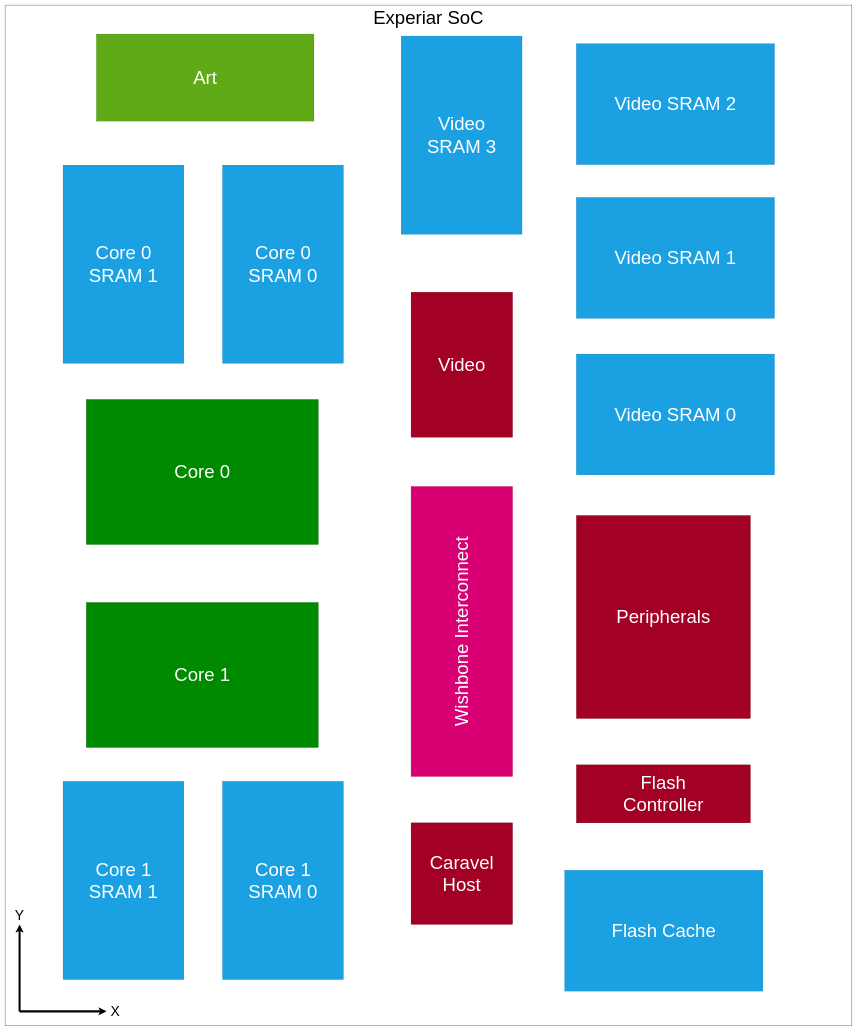
Above: page "Chip" (1 of 2) of docs/Design/Macros.drawio in Wevel/ExperiarSoC (draw.io), before the change. Source tidied: cells renumbered, new cells numbered last; positions are measured from the earlier drawing's top-left corner, leaving out a move shared by most shapes. Both pictures are drawn from the tidied source at 29%, with x=0, y=0 at pixel (5, 5).
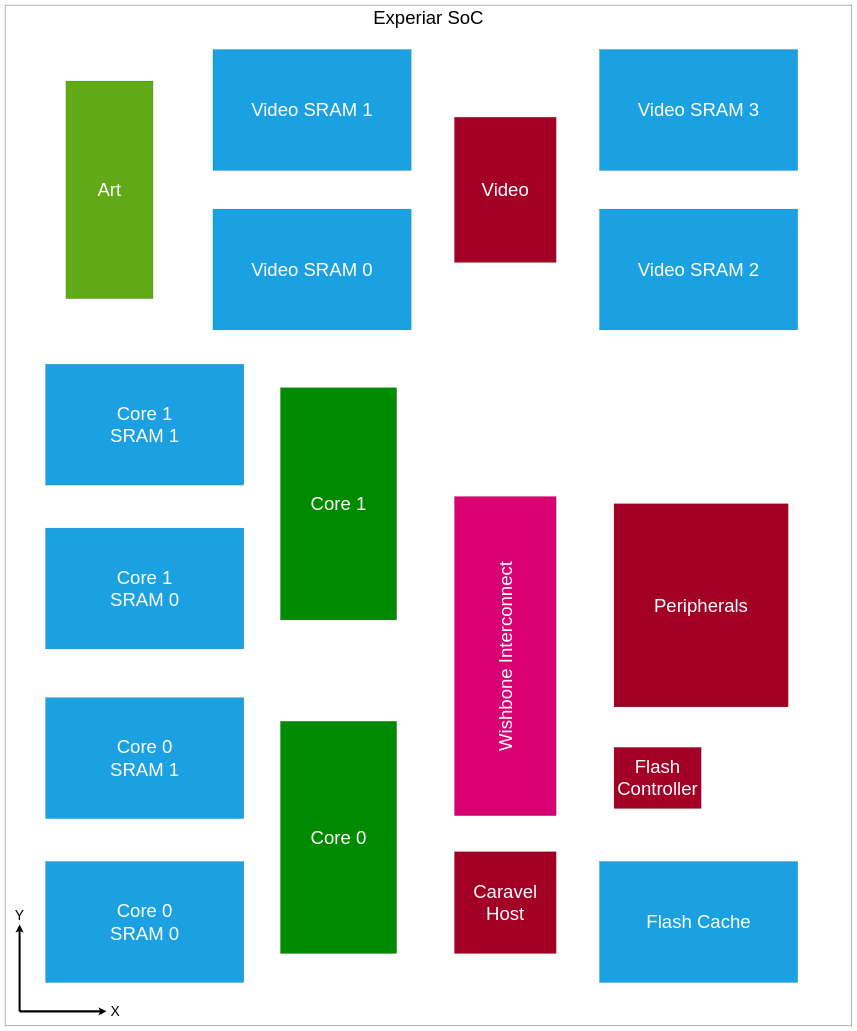
The same diagram, later.

The change refers to these unchanged cells:
```xml
<mxCell id="2" style="group;flipV=1;" parent="1" vertex="1">
  <mxGeometry width="2920" height="3520" as="geometry" />
</mxCell>
```

Diff of the diagram source:
```diff
@@
     <mxCell id="4" value="&lt;font style=&quot;font-size: 64px&quot;&gt;Wishbone Interconnect&lt;/font&gt;" style="rounded=0;whiteSpace=wrap;html=1;verticalAlign=middle;flipV=1;direction=east;shadow=0;sketch=0;fillColor=#d80073;glass=0;imageVerticalAlign=middle;noLabel=0;fontColor=#ffffff;strokeColor=#A50040;horizontal=0;" parent="2" vertex="1">
-      <mxGeometry x="1400" y="1660" width="350" height="1000" as="geometry" />
+      <mxGeometry x="1550" y="1695" width="350" height="1100" as="geometry" />
     </mxCell>
     <mxCell id="5" value="&lt;font style=&quot;font-size: 64px&quot;&gt;Peripherals&lt;/font&gt;" style="rounded=0;whiteSpace=wrap;html=1;verticalAlign=middle;flipV=1;direction=east;shadow=0;sketch=0;fillColor=#a20025;glass=0;imageVerticalAlign=middle;noLabel=0;fontColor=#ffffff;strokeColor=#6F0000;" parent="2" vertex="1">
-      <mxGeometry x="1970" y="1760" width="600" height="700" as="geometry" />
+      <mxGeometry x="2100" y="1720" width="600" height="700" as="geometry" />
     </mxCell>
-    <mxCell id="6" value="&lt;font style=&quot;font-size: 64px&quot;&gt;Core 0&lt;/font&gt;" style="rounded=0;whiteSpace=wrap;html=1;verticalAlign=middle;flipV=0;direction=east;shadow=0;sketch=0;fillColor=#008a00;glass=0;imageVerticalAlign=middle;noLabel=0;fontColor=#ffffff;strokeColor=#005700;" parent="2" vertex="1">
-      <mxGeometry x="280" y="1360" width="800" height="500" as="geometry" />
+    <mxCell id="6" value="&lt;font style=&quot;font-size: 64px&quot;&gt;Core 1&lt;/font&gt;" style="rounded=0;whiteSpace=wrap;html=1;verticalAlign=middle;flipV=0;direction=east;shadow=0;sketch=0;fillColor=#008a00;glass=0;imageVerticalAlign=middle;noLabel=0;fontColor=#ffffff;strokeColor=#005700;" parent="2" vertex="1">
+      <mxGeometry x="950" y="1320" width="400" height="800" as="geometry" />
     </mxCell>
-    <mxCell id="7" value="&lt;font style=&quot;font-size: 64px&quot;&gt;Core 1&lt;/font&gt;" style="rounded=0;whiteSpace=wrap;html=1;verticalAlign=middle;flipV=1;direction=east;shadow=0;sketch=0;fillColor=#008a00;glass=0;imageVerticalAlign=middle;noLabel=0;fontColor=#ffffff;strokeColor=#005700;" parent="2" vertex="1">
-      <mxGeometry x="280" y="2060" width="800" height="500" as="geometry" />
+    <mxCell id="7" value="&lt;font style=&quot;font-size: 64px&quot;&gt;Core 0&lt;/font&gt;" style="rounded=0;whiteSpace=wrap;html=1;verticalAlign=middle;flipV=1;direction=east;shadow=0;sketch=0;fillColor=#008a00;glass=0;imageVerticalAlign=middle;noLabel=0;fontColor=#ffffff;strokeColor=#005700;" parent="2" vertex="1">
+      <mxGeometry x="950" y="2470" width="400" height="800" as="geometry" />
     </mxCell>
-    <mxCell id="8" value="&lt;font style=&quot;font-size: 64px&quot;&gt;Core 1&lt;br&gt;SRAM 0&lt;/font&gt;" style="rounded=0;whiteSpace=wrap;html=1;verticalAlign=middle;flipV=1;direction=south;shadow=0;sketch=0;fillColor=#1ba1e2;glass=0;imageVerticalAlign=middle;noLabel=0;fontColor=#ffffff;strokeColor=#006EAF;" parent="2" vertex="1">
-      <mxGeometry x="750" y="2676.9" width="416.5" height="683.1" as="geometry" />
+    <mxCell id="8" value="&lt;font style=&quot;font-size: 64px&quot;&gt;Core 0&lt;br&gt;SRAM 1&lt;/font&gt;" style="rounded=0;whiteSpace=wrap;html=1;verticalAlign=middle;flipV=1;direction=west;shadow=0;sketch=0;fillColor=#1ba1e2;glass=0;imageVerticalAlign=middle;noLabel=0;fontColor=#ffffff;strokeColor=#006EAF;" parent="2" vertex="1">
+      <mxGeometry x="140" y="2388.5" width="683.1" height="416.5" as="geometry" />
     </mxCell>
-    <mxCell id="9" value="&lt;font style=&quot;font-size: 64px&quot;&gt;Core 0&lt;br&gt;SRAM 0&lt;/font&gt;" style="rounded=0;whiteSpace=wrap;html=1;verticalAlign=middle;flipV=1;direction=south;shadow=0;sketch=0;fillColor=#1ba1e2;glass=0;imageVerticalAlign=middle;noLabel=0;fontColor=#ffffff;strokeColor=#006EAF;" parent="2" vertex="1">
-      <mxGeometry x="750" y="551.9" width="416.5" height="683.1" as="geometry" />
+    <mxCell id="9" value="&lt;font style=&quot;font-size: 64px&quot;&gt;Core 1&lt;br&gt;SRAM 0&lt;/font&gt;" style="rounded=0;whiteSpace=wrap;html=1;verticalAlign=middle;flipV=1;direction=west;shadow=0;sketch=0;fillColor=#1ba1e2;glass=0;imageVerticalAlign=middle;noLabel=0;fontColor=#ffffff;strokeColor=#006EAF;" parent="2" vertex="1">
+      <mxGeometry x="140" y="1803.5" width="683.1" height="416.5" as="geometry" />
     </mxCell>
     <mxCell id="10" value="&lt;font style=&quot;font-size: 64px&quot;&gt;Caravel Host&lt;/font&gt;" style="rounded=0;whiteSpace=wrap;html=1;verticalAlign=middle;flipV=1;direction=east;shadow=0;sketch=0;fillColor=#a20025;glass=0;imageVerticalAlign=middle;noLabel=0;fontColor=#ffffff;strokeColor=#6F0000;" parent="2" vertex="1">
-      <mxGeometry x="1400" y="2820" width="350" height="350" as="geometry" />
+      <mxGeometry x="1550" y="2920" width="350" height="350" as="geometry" />
     </mxCell>
@@
-    <mxCell id="15" value="&lt;font style=&quot;font-size: 64px&quot;&gt;Art&lt;/font&gt;" style="rounded=0;whiteSpace=wrap;html=1;verticalAlign=middle;flipV=1;direction=east;shadow=0;sketch=0;fillColor=#60a917;glass=0;imageVerticalAlign=middle;noLabel=0;fontColor=#ffffff;strokeColor=#2D7600;" parent="2" vertex="1">
-      <mxGeometry x="315" y="100" width="750" height="300" as="geometry" />
-    </mxCell>
     <mxCell id="16" value="&lt;font style=&quot;font-size: 64px&quot;&gt;Video&lt;/font&gt;" style="rounded=0;whiteSpace=wrap;html=1;verticalAlign=middle;flipV=1;direction=east;shadow=0;sketch=0;fillColor=#a20025;glass=0;imageVerticalAlign=middle;noLabel=0;fontColor=#ffffff;strokeColor=#6F0000;" parent="2" vertex="1">
-      <mxGeometry x="1400" y="990" width="350" height="500" as="geometry" />
+      <mxGeometry x="1550" y="387" width="350" height="500" as="geometry" />
     </mxCell>
-    <mxCell id="17" value="&lt;font style=&quot;font-size: 64px&quot;&gt;Video SRAM 1&lt;/font&gt;" style="rounded=0;whiteSpace=wrap;html=1;verticalAlign=middle;flipV=1;direction=east;shadow=0;sketch=0;fillColor=#1ba1e2;glass=0;imageVerticalAlign=middle;noLabel=0;fontColor=#ffffff;strokeColor=#006EAF;" parent="2" vertex="1">
-      <mxGeometry x="1970" y="663.5" width="683.1" height="416.5" as="geometry" />
+    <mxCell id="17" value="&lt;font style=&quot;font-size: 64px&quot;&gt;Video SRAM 3&lt;/font&gt;" style="rounded=0;whiteSpace=wrap;html=1;verticalAlign=middle;flipV=1;direction=east;shadow=0;sketch=0;fillColor=#1ba1e2;glass=0;imageVerticalAlign=middle;noLabel=0;fontColor=#ffffff;strokeColor=#006EAF;" parent="2" vertex="1">
+      <mxGeometry x="2050" y="153.5" width="683.1" height="416.5" as="geometry" />
     </mxCell>
-    <mxCell id="18" value="&lt;font style=&quot;font-size: 64px&quot;&gt;Video SRAM 0&lt;/font&gt;" style="rounded=0;whiteSpace=wrap;html=1;verticalAlign=middle;flipV=1;direction=east;shadow=0;sketch=0;fillColor=#1ba1e2;glass=0;imageVerticalAlign=middle;noLabel=0;fontColor=#ffffff;strokeColor=#006EAF;" parent="2" vertex="1">
-      <mxGeometry x="1970" y="1203.5" width="683.1" height="416.5" as="geometry" />
+    <mxCell id="18" value="&lt;font style=&quot;font-size: 64px&quot;&gt;Video SRAM 2&lt;/font&gt;" style="rounded=0;whiteSpace=wrap;html=1;verticalAlign=middle;flipV=1;direction=east;shadow=0;sketch=0;fillColor=#1ba1e2;glass=0;imageVerticalAlign=middle;noLabel=0;fontColor=#ffffff;strokeColor=#006EAF;" parent="2" vertex="1">
+      <mxGeometry x="2050" y="703.5" width="683.1" height="416.5" as="geometry" />
     </mxCell>
     <mxCell id="19" value="&lt;font style=&quot;font-size: 64px&quot;&gt;Flash&lt;br&gt;Controller&lt;br&gt;&lt;/font&gt;" style="rounded=0;whiteSpace=wrap;html=1;verticalAlign=middle;flipV=1;direction=south;shadow=0;sketch=0;fillColor=#a20025;glass=0;imageVerticalAlign=middle;noLabel=0;fontColor=#ffffff;strokeColor=#6F0000;horizontal=1;" parent="2" vertex="1">
-      <mxGeometry x="1970" y="2620" width="600" height="200" as="geometry" />
+      <mxGeometry x="2100" y="2560" width="300" height="210" as="geometry" />
     </mxCell>
-    <mxCell id="20" value="&lt;font style=&quot;font-size: 64px&quot;&gt;Core 0&lt;br&gt;SRAM 1&lt;/font&gt;" style="rounded=0;whiteSpace=wrap;html=1;verticalAlign=middle;flipV=1;direction=south;shadow=0;sketch=0;fillColor=#1ba1e2;glass=0;imageVerticalAlign=middle;noLabel=0;fontColor=#ffffff;strokeColor=#006EAF;" parent="2" vertex="1">
-      <mxGeometry x="200" y="551.9" width="416.5" height="683.1" as="geometry" />
+    <mxCell id="20" value="&lt;font style=&quot;font-size: 64px&quot;&gt;Core 1&lt;br&gt;SRAM 1&lt;/font&gt;" style="rounded=0;whiteSpace=wrap;html=1;verticalAlign=middle;flipV=1;direction=west;shadow=0;sketch=0;fillColor=#1ba1e2;glass=0;imageVerticalAlign=middle;noLabel=0;fontColor=#ffffff;strokeColor=#006EAF;" parent="2" vertex="1">
+      <mxGeometry x="140" y="1238.5" width="683.1" height="416.5" as="geometry" />
     </mxCell>
-    <mxCell id="21" value="&lt;font style=&quot;font-size: 64px&quot;&gt;Core 1&lt;br&gt;SRAM 1&lt;/font&gt;" style="rounded=0;whiteSpace=wrap;html=1;verticalAlign=middle;flipV=1;direction=south;shadow=0;sketch=0;fillColor=#1ba1e2;glass=0;imageVerticalAlign=middle;noLabel=0;fontColor=#ffffff;strokeColor=#006EAF;" parent="2" vertex="1">
-      <mxGeometry x="200" y="2676.9" width="416.5" height="683.1" as="geometry" />
+    <mxCell id="21" value="&lt;font style=&quot;font-size: 64px&quot;&gt;Core 0&lt;br&gt;SRAM 0&lt;/font&gt;" style="rounded=0;whiteSpace=wrap;html=1;verticalAlign=middle;flipV=1;direction=west;shadow=0;sketch=0;fillColor=#1ba1e2;glass=0;imageVerticalAlign=middle;noLabel=0;fontColor=#ffffff;strokeColor=#006EAF;" parent="2" vertex="1">
+      <mxGeometry x="140" y="2953.5" width="683.1" height="416.5" as="geometry" />
     </mxCell>
     <mxCell id="22" value="&lt;font style=&quot;font-size: 64px&quot;&gt;Flash Cache&lt;/font&gt;" style="rounded=0;whiteSpace=wrap;html=1;verticalAlign=middle;flipV=1;direction=west;shadow=0;sketch=0;fillColor=#1ba1e2;glass=0;imageVerticalAlign=middle;noLabel=0;fontColor=#ffffff;strokeColor=#006EAF;" parent="2" vertex="1">
-      <mxGeometry x="1930" y="2983.5" width="683.1" height="416.5" as="geometry" />
+      <mxGeometry x="2050" y="2953.5" width="683.1" height="416.5" as="geometry" />
     </mxCell>
-    <mxCell id="23" value="&lt;font style=&quot;font-size: 64px&quot;&gt;Video&lt;br&gt;SRAM 3&lt;/font&gt;" style="rounded=0;whiteSpace=wrap;html=1;verticalAlign=middle;flipV=1;direction=south;shadow=0;sketch=0;fillColor=#1ba1e2;glass=0;imageVerticalAlign=middle;noLabel=0;fontColor=#ffffff;strokeColor=#006EAF;" parent="2" vertex="1">
-      <mxGeometry x="1366" y="106.9" width="416.5" height="683.1" as="geometry" />
+    <mxCell id="23" value="&lt;font style=&quot;font-size: 64px&quot;&gt;Video SRAM 1&lt;/font&gt;" style="rounded=0;whiteSpace=wrap;html=1;verticalAlign=middle;flipV=1;direction=west;shadow=0;sketch=0;fillColor=#1ba1e2;glass=0;imageVerticalAlign=middle;noLabel=0;fontColor=#ffffff;strokeColor=#006EAF;" parent="2" vertex="1">
+      <mxGeometry x="717" y="153.5" width="683.1" height="416.5" as="geometry" />
     </mxCell>
-    <mxCell id="24" value="&lt;font style=&quot;font-size: 64px&quot;&gt;Video SRAM 2&lt;/font&gt;" style="rounded=0;whiteSpace=wrap;html=1;verticalAlign=middle;flipV=1;direction=east;shadow=0;sketch=0;fillColor=#1ba1e2;glass=0;imageVerticalAlign=middle;noLabel=0;fontColor=#ffffff;strokeColor=#006EAF;" parent="2" vertex="1">
-      <mxGeometry x="1970" y="133.5" width="683.1" height="416.5" as="geometry" />
+    <mxCell id="24" value="&lt;font style=&quot;font-size: 64px&quot;&gt;Video SRAM 0&lt;br&gt;&lt;/font&gt;" style="rounded=0;whiteSpace=wrap;html=1;verticalAlign=middle;flipV=1;direction=east;shadow=0;sketch=0;fillColor=#1ba1e2;glass=0;imageVerticalAlign=middle;noLabel=0;fontColor=#ffffff;strokeColor=#006EAF;" parent="2" vertex="1">
+      <mxGeometry x="717" y="703.5" width="683.1" height="416.5" as="geometry" />
     </mxCell>
+    <mxCell id="15" value="&lt;font style=&quot;font-size: 64px&quot;&gt;Art&lt;/font&gt;" style="rounded=0;whiteSpace=wrap;html=1;verticalAlign=middle;flipV=1;direction=south;shadow=0;sketch=0;fillColor=#60a917;glass=0;imageVerticalAlign=middle;noLabel=0;fontColor=#ffffff;strokeColor=#2D7600;" parent="2" vertex="1">
+      <mxGeometry x="210" y="262" width="300" height="750" as="geometry" />
+    </mxCell>
```
